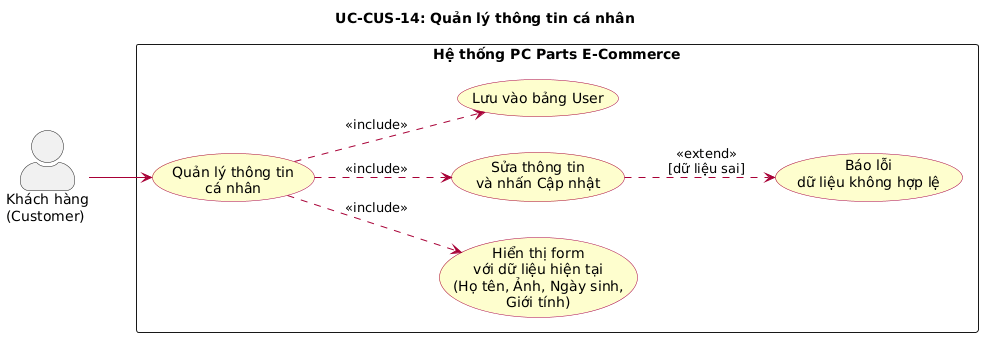
Earlier version of the PlantUML export docs/diagrams/images/uc_CUS14_quan_ly_thong_tin.png (huuhieu56/PC-Parts-ECommerce).
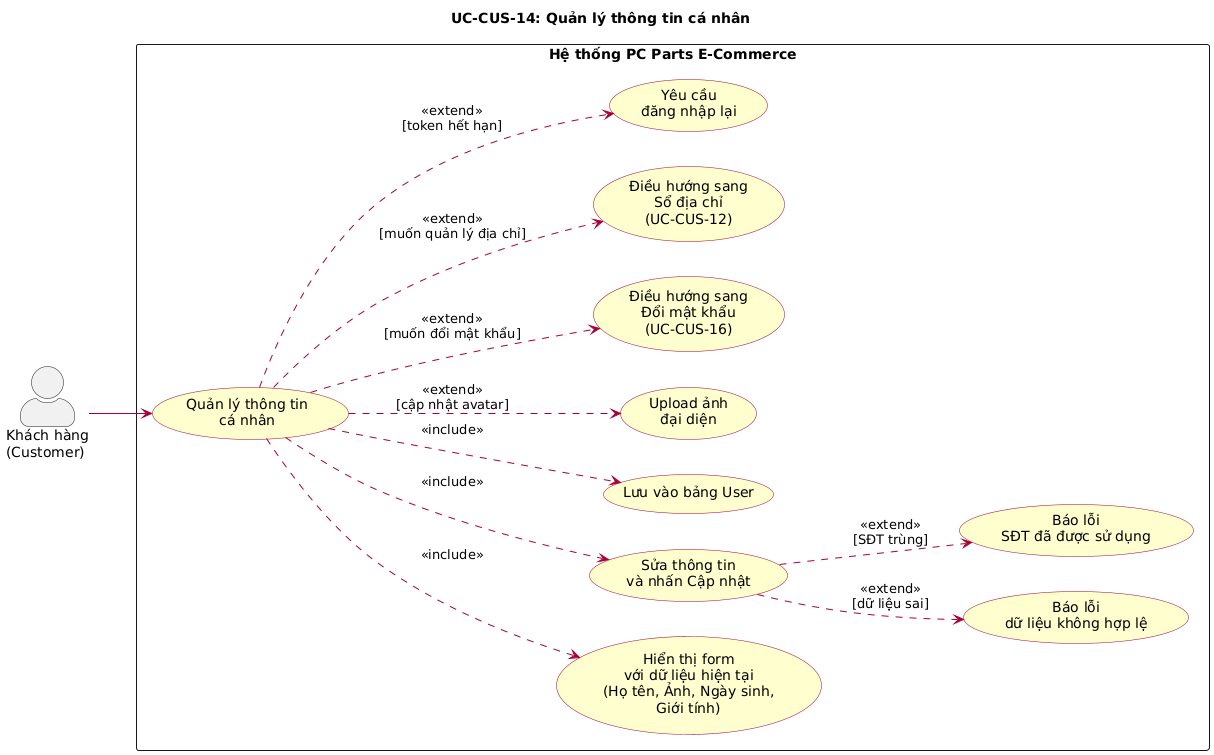
After the change.

Diff of the diagram source:
```diff
@@ -1,4 +1,4 @@
-@startuml
+@startuml uc_CUS14_quan_ly_thong_tin
 left to right direction
 skinparam actorStyle awesome
 skinparam packageStyle rectangle
@@ -18,8 +18,13 @@
   usecase "Hiển thị form\nvới dữ liệu hiện tại\n(Họ tên, Ảnh, Ngày sinh,\nGiới tính)" as UC_FORM
   usecase "Sửa thông tin\nvà nhấn Cập nhật" as UC_EDIT
   usecase "Lưu vào bảng User" as UC_SAVE
+  usecase "Upload ảnh\nđại diện" as UC_AVATAR
+  usecase "Điều hướng sang\nĐổi mật khẩu\n(UC-CUS-16)" as UC_PASSWORD
+  usecase "Điều hướng sang\nSổ địa chỉ\n(UC-CUS-12)" as UC_ADDRESS
 
   usecase "Báo lỗi\ndữ liệu không hợp lệ" as UC_ERR_INVALID
+  usecase "Báo lỗi\nSĐT đã được sử dụng" as UC_ERR_PHONE
+  usecase "Yêu cầu\nđăng nhập lại" as UC_ERR_AUTH
 }
 
 Customer --> UC_PROFILE
@@ -28,5 +33,11 @@
 UC_PROFILE ..> UC_EDIT : <<include>>
 UC_PROFILE ..> UC_SAVE : <<include>>
 
+UC_PROFILE ..> UC_AVATAR : <<extend>>\n[cập nhật avatar]
+UC_PROFILE ..> UC_PASSWORD : <<extend>>\n[muốn đổi mật khẩu]
+UC_PROFILE ..> UC_ADDRESS : <<extend>>\n[muốn quản lý địa chỉ]
 UC_EDIT ..> UC_ERR_INVALID : <<extend>>\n[dữ liệu sai]
+UC_EDIT ..> UC_ERR_PHONE : <<extend>>\n[SĐT trùng]
+UC_PROFILE ..> UC_ERR_AUTH : <<extend>>\n[token hết hạn]
+
 @enduml
```
